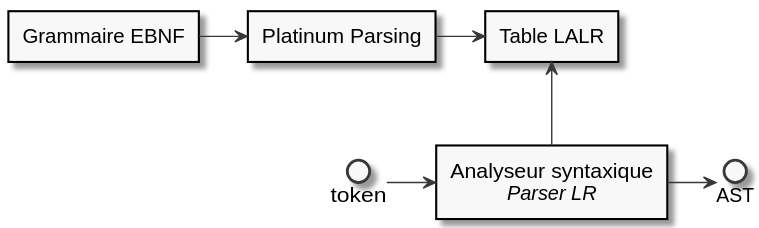
This is extra-doc/presentations/compiler-parser.svg from chlablak/platinum-parsing, a PlantUML export, as it was before one commit. Its source is kept beside it as res/diagrams/misc/compiler-parser.plantuml. Source of this version:
```plantuml
@startuml

skinparam monochrome true

rectangle "Analyseur syntaxique\n<i>Parser LR</i>" as parser

rectangle "Table LALR" as table
rectangle "Platinum Parsing" as pp
rectangle "Grammaire EBNF" as ebnf

token -> parser
parser -> AST

table <-- parser
ebnf -> pp
pp -> table

@enduml
```
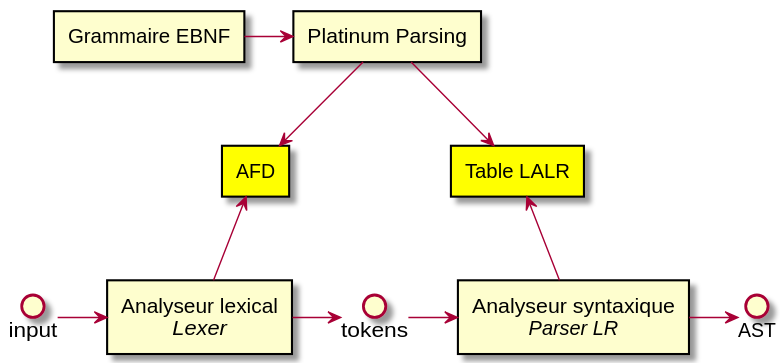
The same file after the commit.

Change to the diagram source:
```diff
@@ -1,18 +1,22 @@
 @startuml
 
-skinparam monochrome true
+rectangle "Analyseur syntaxique\n<i>Parser LR</i>" as parser
+rectangle "Analyseur lexical\n<i>Lexer</i>" as lexer
 
-rectangle "Analyseur syntaxique\n<i>Parser LR</i>" as parser
-
-rectangle "Table LALR" as table
+rectangle "Table LALR" as table #Yellow
+rectangle "AFD" as afd #Yellow
 rectangle "Platinum Parsing" as pp
 rectangle "Grammaire EBNF" as ebnf
 
-token -> parser
+input -> lexer
+lexer -> tokens
+tokens -> parser
 parser -> AST
 
 table <-- parser
+afd <-- lexer
 ebnf -> pp
-pp -> table
+pp --> table
+pp --> afd
 
 @enduml
```
